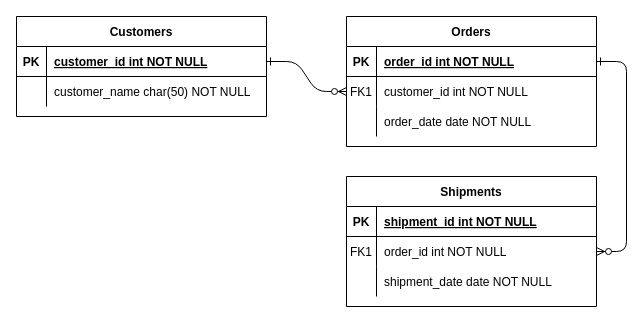
Earlier version of the draw.io diagram Untitled Diagram.drawio (GreenFella/databaseclass). Source tidied: cells renumbered, new cells numbered last; positions are measured from the earlier drawing's top-left corner, leaving out a move shared by most shapes. Both pictures are drawn from the tidied source at 100%, with x=0, y=0 at pixel (16, 16).
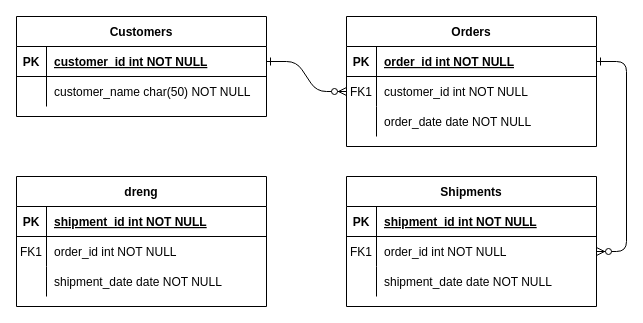
After the change.

What changed in the source:
```diff
@@
+    <mxCell id="31" value="dreng" style="shape=table;startSize=30;childLayout=tableLayout;rowLines=0;fontStyle=1;align=center;" parent="1" vertex="1">
+      <mxGeometry y="160" width="250" height="130" as="geometry" />
+    </mxCell>
+    <mxCell id="32" style="shape=partialRectangle;fillColor=none;top=0;left=0;right=0;bottom=1;" parent="31" vertex="1">
+      <mxGeometry y="30" width="250" height="30" as="geometry" />
+    </mxCell>
+    <mxCell id="33" value="PK" style="shape=partialRectangle;overflow=hidden;fillColor=none;top=0;left=0;bottom=0;right=0;fontStyle=1;" parent="32" vertex="1">
+      <mxGeometry width="30" height="30" as="geometry" />
+    </mxCell>
+    <mxCell id="34" value="shipment_id int NOT NULL " style="shape=partialRectangle;overflow=hidden;fillColor=none;top=0;left=0;bottom=0;right=0;align=left;spacingLeft=6;fontStyle=5;" parent="32" vertex="1">
+      <mxGeometry x="30" width="220" height="30" as="geometry" />
+    </mxCell>
+    <mxCell id="35" style="shape=partialRectangle;fillColor=none;top=0;left=0;right=0;bottom=0;" parent="31" vertex="1">
+      <mxGeometry y="60" width="250" height="30" as="geometry" />
+    </mxCell>
+    <mxCell id="36" value="FK1" style="shape=partialRectangle;overflow=hidden;fillColor=none;top=0;left=0;bottom=0;right=0;" parent="35" vertex="1">
+      <mxGeometry width="30" height="30" as="geometry" />
+    </mxCell>
+    <mxCell id="37" value="order_id int NOT NULL" style="shape=partialRectangle;overflow=hidden;fillColor=none;top=0;left=0;bottom=0;right=0;align=left;spacingLeft=6;" parent="35" vertex="1">
+      <mxGeometry x="30" width="220" height="30" as="geometry" />
+    </mxCell>
+    <mxCell id="38" style="shape=partialRectangle;fillColor=none;top=0;left=0;right=0;bottom=0;" parent="31" vertex="1">
+      <mxGeometry y="90" width="250" height="30" as="geometry" />
+    </mxCell>
+    <mxCell id="39" style="shape=partialRectangle;overflow=hidden;fillColor=none;top=0;left=0;bottom=0;right=0;" parent="38" vertex="1">
+      <mxGeometry width="30" height="30" as="geometry" />
+    </mxCell>
+    <mxCell id="40" value="shipment_date date NOT NULL" style="shape=partialRectangle;overflow=hidden;fillColor=none;top=0;left=0;bottom=0;right=0;align=left;spacingLeft=6;" parent="38" vertex="1">
+      <mxGeometry x="30" width="220" height="30" as="geometry" />
+    </mxCell>
```
